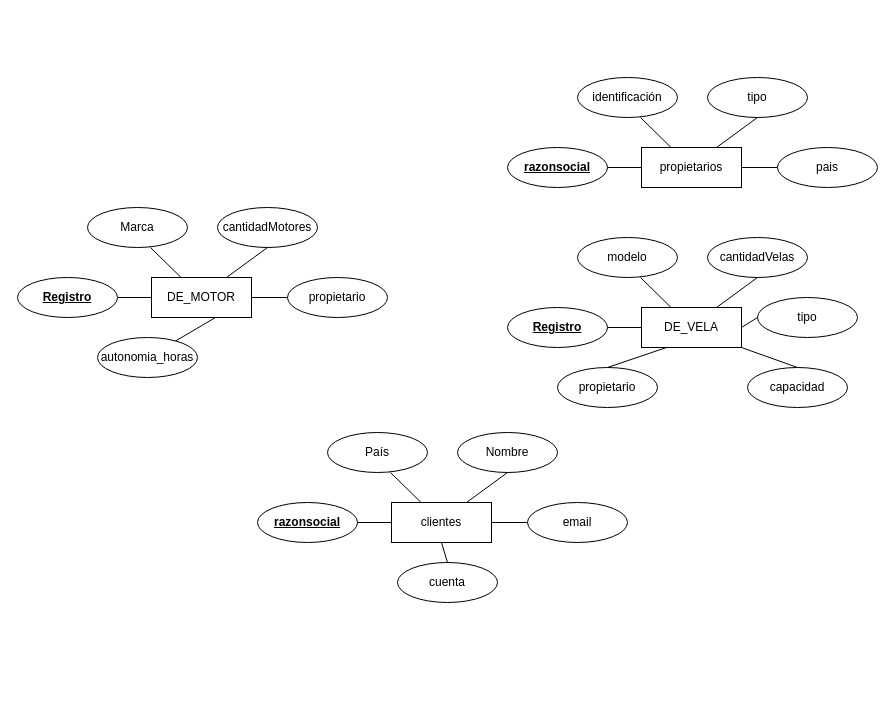
The draw.io diagram Untitled Diagram.drawio in settheory172/carros, before the edit. Source tidied: cells renumbered, new cells numbered last; positions are measured from the earlier drawing's top-left corner, leaving out a move shared by most shapes. Both pictures are drawn from the tidied source at 100%, with x=0, y=0 at pixel (17, 77).
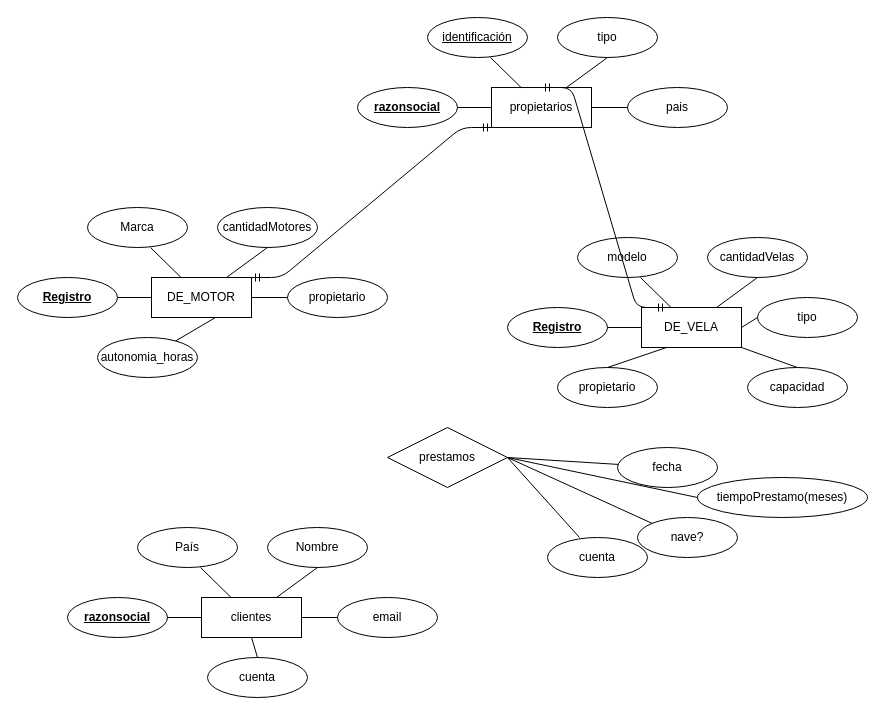
The same diagram, later.

The change refers to these unchanged cells:
```xml
<mxCell id="3" value="DE_VELA" style="whiteSpace=wrap;html=1;align=center;" parent="2" vertex="1">
  <mxGeometry x="134" y="70" width="100" height="40" as="geometry" />
</mxCell>
<mxCell id="17" value="DE_MOTOR" style="whiteSpace=wrap;html=1;align=center;" parent="16" vertex="1">
  <mxGeometry x="134" y="70" width="100" height="40" as="geometry" />
</mxCell>
<mxCell id="29" value="propietarios" style="whiteSpace=wrap;html=1;align=center;" parent="28" vertex="1">
  <mxGeometry x="134" y="70" width="100" height="40" as="geometry" />
</mxCell>
```

Change to the diagram source:
```diff
@@
     <mxCell id="28" style="group;" parent="1" vertex="1">
-      <mxGeometry x="490" width="350" height="170" as="geometry" />
+      <mxGeometry x="340" y="-60" width="350" height="170" as="geometry" />
     </mxCell>
@@
-    <mxCell id="31" value="identificación" style="ellipse;whiteSpace=wrap;html=1;align=center;" parent="28" vertex="1">
+    <mxCell id="31" value="&lt;u&gt;identificación&lt;/u&gt;" style="ellipse;whiteSpace=wrap;html=1;align=center;" parent="28" vertex="1">
       <mxGeometry x="70" width="100" height="40" as="geometry" />
     </mxCell>
@@
     <mxCell id="38" style="group;" parent="1" vertex="1">
-      <mxGeometry x="240" y="355" width="350" height="170" as="geometry" />
+      <mxGeometry x="50" y="450" width="350" height="170" as="geometry" />
     </mxCell>
@@
+    <mxCell id="50" style="group;" parent="1" vertex="1">
+      <mxGeometry x="370" y="350" width="480" height="150" as="geometry" />
+    </mxCell>
+    <mxCell id="51" value="prestamos" style="shape=rhombus;perimeter=rhombusPerimeter;whiteSpace=wrap;html=1;align=center;" parent="50" vertex="1">
+      <mxGeometry width="120" height="60" as="geometry" />
+    </mxCell>
+    <mxCell id="52" value="fecha" style="ellipse;whiteSpace=wrap;html=1;align=center;" parent="50" vertex="1">
+      <mxGeometry x="230" y="20" width="100" height="40" as="geometry" />
+    </mxCell>
+    <mxCell id="53" value="tiempoPrestamo(meses)" style="ellipse;whiteSpace=wrap;html=1;align=center;" parent="50" vertex="1">
+      <mxGeometry x="310" y="50" width="170" height="40" as="geometry" />
+    </mxCell>
+    <mxCell id="54" value="nave?" style="ellipse;whiteSpace=wrap;html=1;align=center;" parent="50" vertex="1">
+      <mxGeometry x="250" y="90" width="100" height="40" as="geometry" />
+    </mxCell>
+    <mxCell id="55" value="cuenta" style="ellipse;whiteSpace=wrap;html=1;align=center;" parent="50" vertex="1">
+      <mxGeometry x="160" y="110" width="100" height="40" as="geometry" />
+    </mxCell>
+    <mxCell id="56" style="endArrow=none;html=1;entryX=0.32;entryY=0;entryDx=0;entryDy=0;entryPerimeter=0;exitX=1;exitY=0.5;exitDx=0;exitDy=0;" parent="50" edge="1" source="51" target="55">
+      <mxGeometry relative="1" as="geometry" />
+    </mxCell>
+    <mxCell id="57" style="endArrow=none;html=1;entryX=0;entryY=0;entryDx=0;entryDy=0;exitX=1;exitY=0.5;exitDx=0;exitDy=0;" parent="50" edge="1" source="51" target="54">
+      <mxGeometry relative="1" as="geometry" />
+    </mxCell>
+    <mxCell id="58" style="endArrow=none;html=1;entryX=0;entryY=0.5;entryDx=0;entryDy=0;" parent="50" edge="1" target="53">
+      <mxGeometry relative="1" as="geometry">
+        <mxPoint x="120" y="30" as="sourcePoint" />
+      </mxGeometry>
+    </mxCell>
+    <mxCell id="59" style="endArrow=none;html=1;" parent="50" edge="1" target="52">
+      <mxGeometry relative="1" as="geometry">
+        <mxPoint x="120" y="30" as="sourcePoint" />
+      </mxGeometry>
+    </mxCell>
+    <mxCell id="60" style="edgeStyle=entityRelationEdgeStyle;fontSize=12;html=1;endArrow=ERmandOne;startArrow=ERmandOne;exitX=1;exitY=0;exitDx=0;exitDy=0;entryX=0;entryY=1;entryDx=0;entryDy=0;" parent="1" edge="1" source="17" target="29">
+      <mxGeometry relative="1" as="geometry" />
+    </mxCell>
+    <mxCell id="61" style="edgeStyle=entityRelationEdgeStyle;fontSize=12;html=1;endArrow=ERmandOne;startArrow=ERmandOne;exitX=0.25;exitY=0;exitDx=0;exitDy=0;entryX=0.5;entryY=0;entryDx=0;entryDy=0;" parent="1" edge="1" source="3" target="29">
+      <mxGeometry relative="1" as="geometry" />
+    </mxCell>
```
